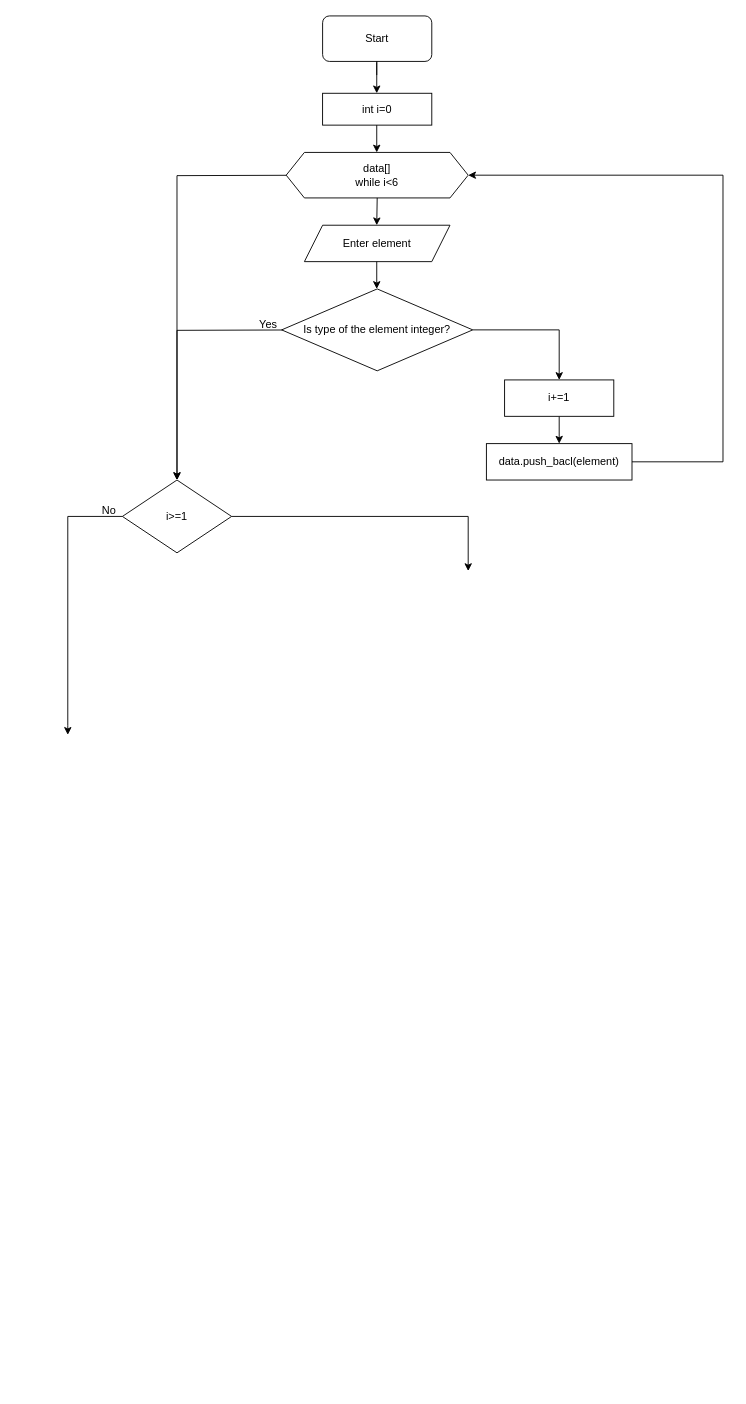
This is sources/Untitled Diagram.drawio from Enyarina/Kate6, a draw.io file, before an edit. Source tidied: cells renumbered, new cells numbered last; positions are measured from the earlier drawing's top-left corner, leaving out a move shared by most shapes. Both pictures are drawn from the tidied source at 91%, with x=0, y=0 at pixel (67, 15).
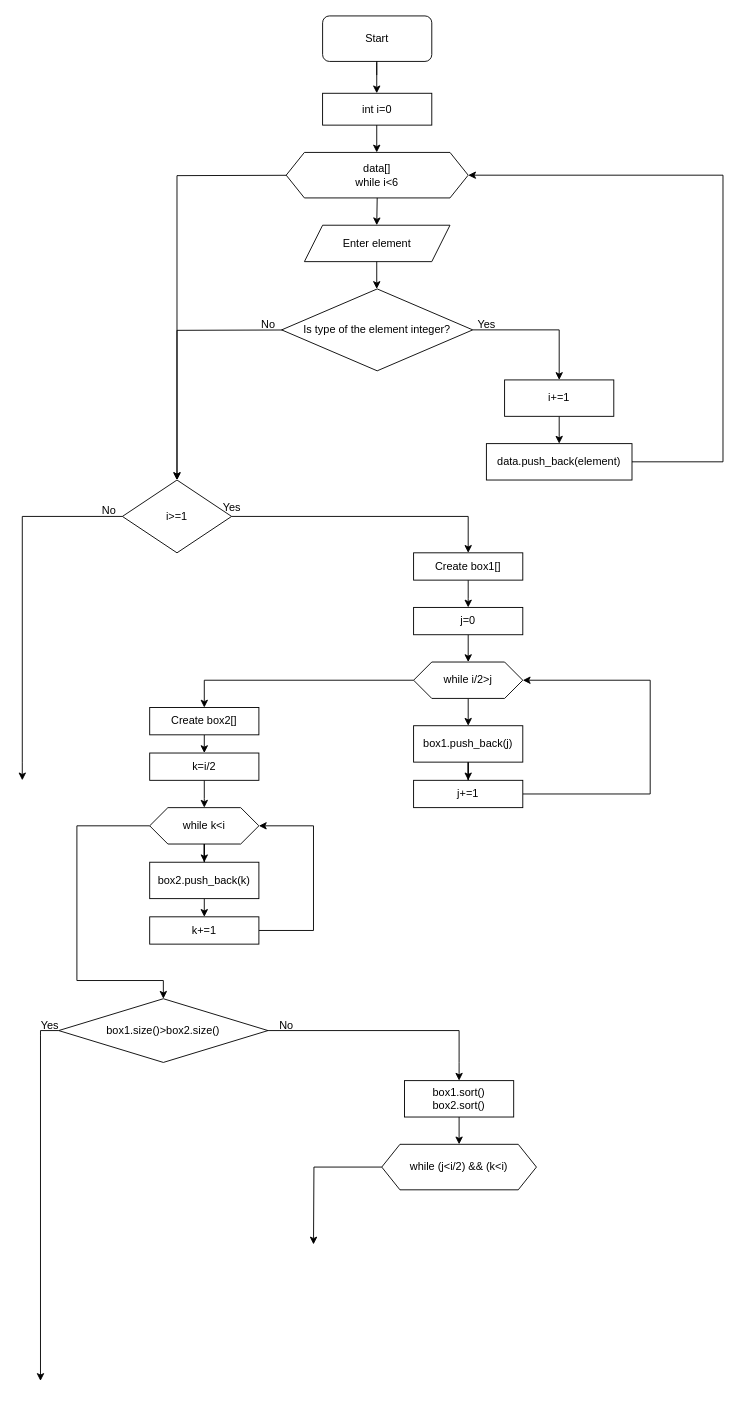
The same diagram, later.

The change refers to these unchanged cells:
```xml
<mxCell id="16" value="i&amp;gt;=1" style="rhombus;whiteSpace=wrap;html=1;align=center;" parent="1" vertex="1">
  <mxGeometry x="60" y="510" width="120" height="80" as="geometry" />
</mxCell>
```

Diff of the diagram source:
```diff
@@
     <mxCell id="14" style="edgeStyle=orthogonalEdgeStyle;rounded=0;jettySize=auto;html=1;" parent="1" edge="1" source="16">
       <mxGeometry relative="1" as="geometry">
-        <mxPoint y="790" as="targetPoint" />
+        <mxPoint x="-50" y="840" as="targetPoint" />
         <Array as="points">
-          <mxPoint y="550" />
-          <mxPoint y="780" />
+          <mxPoint x="-50" y="550" />
+          <mxPoint x="-50" y="820" />
         </Array>
       </mxGeometry>
     </mxCell>
     <mxCell id="15" style="edgeStyle=orthogonalEdgeStyle;rounded=0;jettySize=auto;html=1;" parent="1" edge="1" source="16">
       <mxGeometry relative="1" as="geometry">
-        <mxPoint x="440" y="610" as="targetPoint" />
+        <mxPoint x="440" y="590" as="targetPoint" />
         <Array as="points">
           <mxPoint x="440" y="550" />
         </Array>
       </mxGeometry>
     </mxCell>
@@
-    <mxCell id="17" value="Yes" style="text;html=1;align=center;verticalAlign=middle;" parent="1" vertex="1">
-      <mxGeometry x="200" y="329" width="40" height="20" as="geometry" />
+    <mxCell id="17" value="No" style="text;html=1;align=center;verticalAlign=middle;" parent="1" vertex="1">
+      <mxGeometry x="205" y="329" width="30" height="20" as="geometry" />
     </mxCell>
@@
-    <mxCell id="22" value="data.push_bacl(element)" style="rounded=0;whiteSpace=wrap;html=1;align=center;" parent="1" vertex="1">
+    <mxCell id="22" value="data.push_back(element)" style="rounded=0;whiteSpace=wrap;html=1;align=center;" parent="1" vertex="1">
       <mxGeometry x="460" y="470" width="160" height="40" as="geometry" />
     </mxCell>
+    <mxCell id="23" value="Yes" style="text;html=1;align=center;verticalAlign=middle;" parent="1" vertex="1">
+      <mxGeometry x="160" y="530" width="40" height="20" as="geometry" />
+    </mxCell>
+    <mxCell id="24" value="Yes" style="text;html=1;align=center;verticalAlign=middle;" parent="1" vertex="1">
+      <mxGeometry x="440" y="329" width="40" height="20" as="geometry" />
+    </mxCell>
+    <mxCell id="25" style="edgeStyle=orthogonalEdgeStyle;rounded=0;jettySize=auto;html=1;" parent="1" edge="1" source="26">
+      <mxGeometry relative="1" as="geometry">
+        <mxPoint x="440" y="650" as="targetPoint" />
+      </mxGeometry>
+    </mxCell>
+    <mxCell id="26" value="Create box1[]" style="rounded=0;whiteSpace=wrap;html=1;" parent="1" vertex="1">
+      <mxGeometry x="380" y="590" width="120" height="30" as="geometry" />
+    </mxCell>
+    <mxCell id="27" style="edgeStyle=orthogonalEdgeStyle;rounded=0;jettySize=auto;html=1;" parent="1" edge="1" source="28">
+      <mxGeometry relative="1" as="geometry">
+        <mxPoint x="440" y="710" as="targetPoint" />
+      </mxGeometry>
+    </mxCell>
+    <mxCell id="28" value="j=0" style="rounded=0;whiteSpace=wrap;html=1;" parent="1" vertex="1">
+      <mxGeometry x="380" y="650" width="120" height="30" as="geometry" />
+    </mxCell>
+    <mxCell id="29" style="edgeStyle=orthogonalEdgeStyle;rounded=0;jettySize=auto;html=1;exitX=0.5;exitY=1;exitDx=0;exitDy=0;" parent="1" edge="1" source="31">
+      <mxGeometry relative="1" as="geometry">
+        <mxPoint x="440" y="780" as="targetPoint" />
+      </mxGeometry>
+    </mxCell>
+    <mxCell id="30" style="edgeStyle=orthogonalEdgeStyle;rounded=0;jettySize=auto;html=1;" parent="1" edge="1" source="31" target="37">
+      <mxGeometry relative="1" as="geometry" />
+    </mxCell>
+    <mxCell id="31" value="while i/2&amp;gt;j" style="shape=hexagon;perimeter=hexagonPerimeter2;whiteSpace=wrap;html=1;fixedSize=1;" parent="1" vertex="1">
+      <mxGeometry x="380" y="710" width="120" height="40" as="geometry" />
+    </mxCell>
+    <mxCell id="32" style="edgeStyle=orthogonalEdgeStyle;rounded=0;jettySize=auto;html=1;" parent="1" edge="1" source="33" target="35">
+      <mxGeometry relative="1" as="geometry" />
+    </mxCell>
+    <mxCell id="33" value="box1.push_back(j)" style="rounded=0;whiteSpace=wrap;html=1;" parent="1" vertex="1">
+      <mxGeometry x="380" y="780" width="120" height="40" as="geometry" />
+    </mxCell>
+    <mxCell id="34" style="edgeStyle=orthogonalEdgeStyle;rounded=0;jettySize=auto;html=1;entryX=1;entryY=0.5;entryDx=0;entryDy=0;" parent="1" edge="1" source="35" target="31">
+      <mxGeometry relative="1" as="geometry">
+        <Array as="points">
+          <mxPoint x="640" y="855" />
+          <mxPoint x="640" y="730" />
+        </Array>
+      </mxGeometry>
+    </mxCell>
+    <mxCell id="35" value="j+=1" style="rounded=0;whiteSpace=wrap;html=1;" parent="1" vertex="1">
+      <mxGeometry x="380" y="840" width="120" height="30" as="geometry" />
+    </mxCell>
+    <mxCell id="36" style="edgeStyle=orthogonalEdgeStyle;rounded=0;jettySize=auto;html=1;" parent="1" edge="1" source="37">
+      <mxGeometry relative="1" as="geometry">
+        <mxPoint x="150" y="810" as="targetPoint" />
+      </mxGeometry>
+    </mxCell>
+    <mxCell id="37" value="Create box2[]" style="rounded=0;whiteSpace=wrap;html=1;" parent="1" vertex="1">
+      <mxGeometry x="90" y="760" width="120" height="30" as="geometry" />
+    </mxCell>
+    <mxCell id="38" style="edgeStyle=orthogonalEdgeStyle;rounded=0;jettySize=auto;html=1;" parent="1" edge="1" source="39">
+      <mxGeometry relative="1" as="geometry">
+        <mxPoint x="150" y="870" as="targetPoint" />
+      </mxGeometry>
+    </mxCell>
+    <mxCell id="39" value="k=i/2" style="rounded=0;whiteSpace=wrap;html=1;" parent="1" vertex="1">
+      <mxGeometry x="90" y="810" width="120" height="30" as="geometry" />
+    </mxCell>
+    <mxCell id="40" style="edgeStyle=orthogonalEdgeStyle;rounded=0;jettySize=auto;html=1;entryX=0.5;entryY=0;entryDx=0;entryDy=0;" parent="1" edge="1" source="42" target="44">
+      <mxGeometry relative="1" as="geometry" />
+    </mxCell>
+    <mxCell id="41" style="edgeStyle=orthogonalEdgeStyle;rounded=0;jettySize=auto;html=1;entryX=0.5;entryY=0;entryDx=0;entryDy=0;" parent="1" edge="1" source="42" target="49">
+      <mxGeometry relative="1" as="geometry">
+        <Array as="points">
+          <mxPoint x="10" y="890" />
+          <mxPoint x="10" y="1060" />
+          <mxPoint x="105" y="1060" />
+        </Array>
+      </mxGeometry>
+    </mxCell>
+    <mxCell id="42" value="while k&amp;lt;i" style="shape=hexagon;perimeter=hexagonPerimeter2;whiteSpace=wrap;html=1;fixedSize=1;" parent="1" vertex="1">
+      <mxGeometry x="90" y="870" width="120" height="40" as="geometry" />
+    </mxCell>
+    <mxCell id="43" style="edgeStyle=orthogonalEdgeStyle;rounded=0;jettySize=auto;html=1;exitX=0.5;exitY=1;exitDx=0;exitDy=0;" parent="1" edge="1" source="44">
+      <mxGeometry relative="1" as="geometry">
+        <mxPoint x="150" y="990" as="targetPoint" />
+      </mxGeometry>
+    </mxCell>
+    <mxCell id="44" value="box2.push_back(k)" style="rounded=0;whiteSpace=wrap;html=1;" parent="1" vertex="1">
+      <mxGeometry x="90" y="930" width="120" height="40" as="geometry" />
+    </mxCell>
+    <mxCell id="45" style="edgeStyle=orthogonalEdgeStyle;rounded=0;jettySize=auto;html=1;entryX=1;entryY=0.5;entryDx=0;entryDy=0;" parent="1" edge="1" source="46" target="42">
+      <mxGeometry relative="1" as="geometry">
+        <Array as="points">
+          <mxPoint x="270" y="1005" />
+          <mxPoint x="270" y="890" />
+        </Array>
+      </mxGeometry>
+    </mxCell>
+    <mxCell id="46" value="k+=1" style="rounded=0;whiteSpace=wrap;html=1;" parent="1" vertex="1">
+      <mxGeometry x="90" y="990" width="120" height="30" as="geometry" />
+    </mxCell>
+    <mxCell id="47" style="edgeStyle=orthogonalEdgeStyle;rounded=0;jettySize=auto;html=1;exitX=0;exitY=0.5;exitDx=0;exitDy=0;" parent="1" edge="1" source="49">
+      <mxGeometry relative="1" as="geometry">
+        <mxPoint x="-30" y="1500" as="targetPoint" />
+        <Array as="points">
+          <mxPoint x="-30" y="1120" />
+          <mxPoint x="-30" y="1480" />
+        </Array>
+      </mxGeometry>
+    </mxCell>
+    <mxCell id="48" style="edgeStyle=orthogonalEdgeStyle;rounded=0;jettySize=auto;html=1;exitX=1;exitY=0.5;exitDx=0;exitDy=0;" parent="1" edge="1" source="49">
+      <mxGeometry relative="1" as="geometry">
+        <mxPoint x="430" y="1170" as="targetPoint" />
+        <Array as="points">
+          <mxPoint x="430" y="1115" />
+          <mxPoint x="430" y="1150" />
+        </Array>
+      </mxGeometry>
+    </mxCell>
+    <mxCell id="49" value="box1.size()&amp;gt;box2.size()" style="rhombus;whiteSpace=wrap;html=1;" parent="1" vertex="1">
+      <mxGeometry x="-10" y="1080" width="230" height="70" as="geometry" />
+    </mxCell>
+    <mxCell id="50" style="edgeStyle=orthogonalEdgeStyle;rounded=0;jettySize=auto;html=1;exitX=0.5;exitY=1;exitDx=0;exitDy=0;" parent="1" edge="1" source="51">
+      <mxGeometry relative="1" as="geometry">
+        <mxPoint x="430" y="1240" as="targetPoint" />
+      </mxGeometry>
+    </mxCell>
+    <mxCell id="51" value="&lt;div&gt;box1.sort()&lt;/div&gt;&lt;div&gt;box2.sort()&lt;br&gt;&lt;/div&gt;" style="rounded=0;whiteSpace=wrap;html=1;" parent="1" vertex="1">
+      <mxGeometry x="370" y="1170" width="120" height="40" as="geometry" />
+    </mxCell>
+    <mxCell id="52" value="No" style="text;html=1;align=center;verticalAlign=middle;" parent="1" vertex="1">
+      <mxGeometry x="225" y="1100" width="30" height="20" as="geometry" />
+    </mxCell>
+    <mxCell id="53" value="Yes" style="text;html=1;align=center;verticalAlign=middle;" parent="1" vertex="1">
+      <mxGeometry x="-40" y="1100" width="40" height="20" as="geometry" />
+    </mxCell>
+    <mxCell id="54" style="edgeStyle=orthogonalEdgeStyle;rounded=0;jettySize=auto;html=1;exitX=0;exitY=0.5;exitDx=0;exitDy=0;" parent="1" edge="1" source="55">
+      <mxGeometry relative="1" as="geometry">
+        <mxPoint x="270" y="1350" as="targetPoint" />
+      </mxGeometry>
+    </mxCell>
+    <mxCell id="55" value="while (j&amp;lt;i/2) &amp;amp;&amp;amp; (k&amp;lt;i)" style="shape=hexagon;perimeter=hexagonPerimeter2;whiteSpace=wrap;html=1;fixedSize=1;" parent="1" vertex="1">
+      <mxGeometry x="345" y="1240" width="170" height="50" as="geometry" />
+    </mxCell>
```
